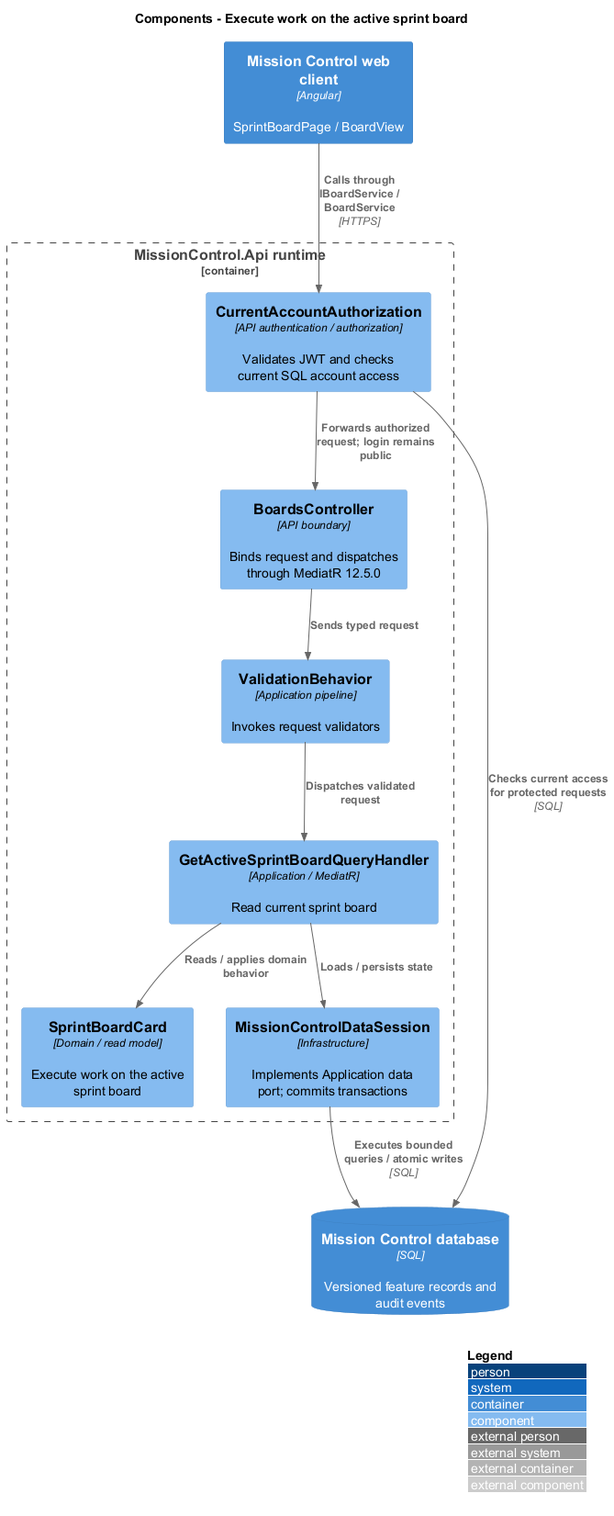
Before: docs/detailed-designs/scrum/execute-sprint-work/diagrams/c4-component.png, a diagram exported from PlantUML (QuinntyneBrown/mission-control). Source of this version:
```plantuml
@startuml
!include <C4/C4_Component>
LAYOUT_WITH_LEGEND()
title Components - Execute work on the active sprint board
Container(web, "Mission Control web client", "Angular", "SprintBoardPage / BoardView")
ContainerDb(db, "Mission Control database", "SQL", "Versioned feature records and audit events")
Container_Boundary(api, "MissionControl.Api runtime") {
  Component(ctrl, "BoardsController", "API boundary", "Binds request and dispatches through MediatR 12.5.0")
  Component(access, "CurrentAccountAuthorization", "API authentication / authorization", "Validates JWT and checks current SQL account access")
  Component(validation, "ValidationBehavior", "Application pipeline", "Invokes request validators")
  Component(entity, "SprintBoardCard", "Domain / read model", "Execute work on the active sprint board")
  Component(store, "MissionControlDataSession", "Infrastructure", "Implements Application data port; commits transactions")
Rel(web, access, "Calls through IBoardService / BoardService", "HTTPS")
Rel(access, db, "Checks current access for protected requests", "SQL")
Rel(access, ctrl, "Forwards authorized request; login remains public")
Rel(ctrl, validation, "Sends typed request")
Component(h0, "GetActiveSprintBoardQueryHandler", "Application / MediatR", "Read current sprint board")
Rel(validation, h0, "Dispatches validated request")
Rel(h0, entity, "Reads / applies domain behavior")
Rel(h0, store, "Loads / persists state")
}
Rel(store, db, "Executes bounded queries / atomic writes", "SQL")
@enduml
```
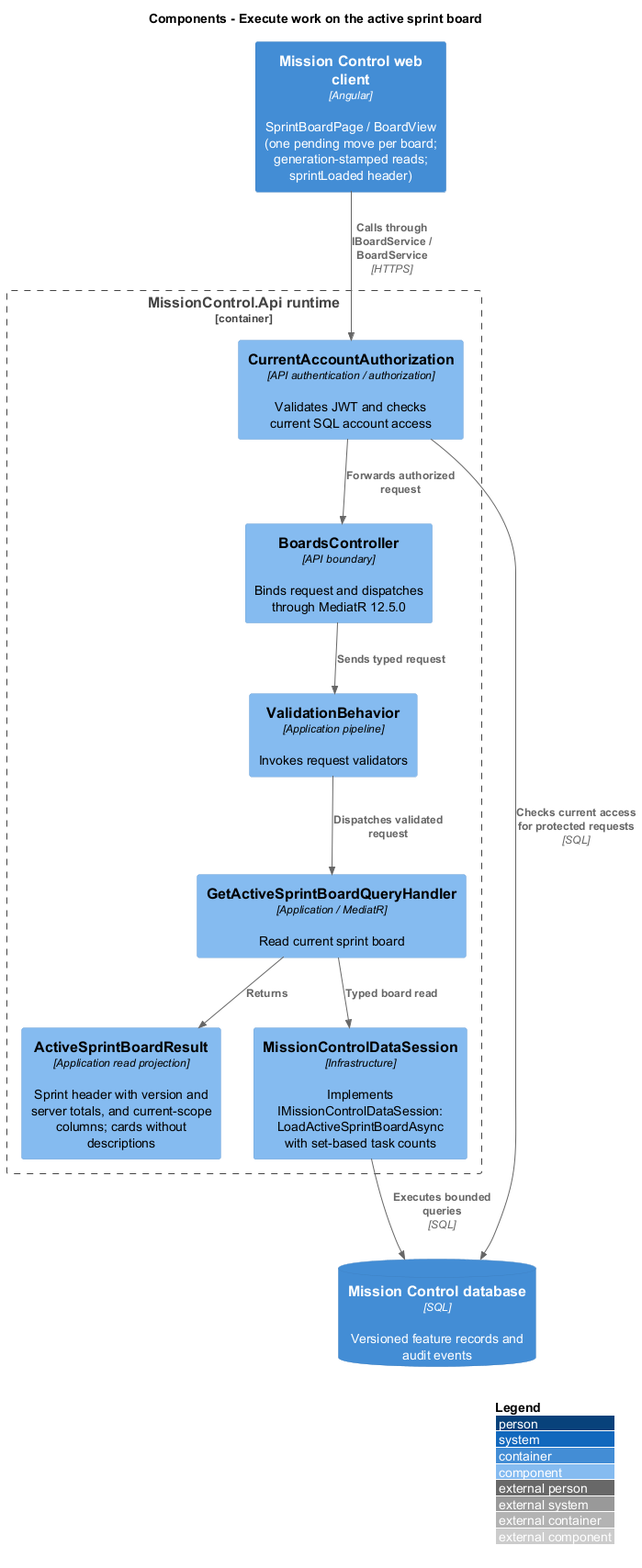
Above is the later version.

Change to the diagram source:
```diff
@@ -2,22 +2,22 @@
 !include <C4/C4_Component>
 LAYOUT_WITH_LEGEND()
 title Components - Execute work on the active sprint board
-Container(web, "Mission Control web client", "Angular", "SprintBoardPage / BoardView")
+Container(web, "Mission Control web client", "Angular", "SprintBoardPage / BoardView (one pending move per board; generation-stamped reads; sprintLoaded header)")
 ContainerDb(db, "Mission Control database", "SQL", "Versioned feature records and audit events")
 Container_Boundary(api, "MissionControl.Api runtime") {
   Component(ctrl, "BoardsController", "API boundary", "Binds request and dispatches through MediatR 12.5.0")
   Component(access, "CurrentAccountAuthorization", "API authentication / authorization", "Validates JWT and checks current SQL account access")
   Component(validation, "ValidationBehavior", "Application pipeline", "Invokes request validators")
-  Component(entity, "SprintBoardCard", "Domain / read model", "Execute work on the active sprint board")
-  Component(store, "MissionControlDataSession", "Infrastructure", "Implements Application data port; commits transactions")
+  Component(entity, "ActiveSprintBoardResult", "Application read projection", "Sprint header with version and server totals, and current-scope columns; cards without descriptions")
+  Component(store, "MissionControlDataSession", "Infrastructure", "Implements IMissionControlDataSession: LoadActiveSprintBoardAsync with set-based task counts")
 Rel(web, access, "Calls through IBoardService / BoardService", "HTTPS")
 Rel(access, db, "Checks current access for protected requests", "SQL")
-Rel(access, ctrl, "Forwards authorized request; login remains public")
+Rel(access, ctrl, "Forwards authorized request")
 Rel(ctrl, validation, "Sends typed request")
 Component(h0, "GetActiveSprintBoardQueryHandler", "Application / MediatR", "Read current sprint board")
 Rel(validation, h0, "Dispatches validated request")
-Rel(h0, entity, "Reads / applies domain behavior")
-Rel(h0, store, "Loads / persists state")
+Rel(h0, entity, "Returns")
+Rel(h0, store, "Typed board read")
 }
-Rel(store, db, "Executes bounded queries / atomic writes", "SQL")
+Rel(store, db, "Executes bounded queries", "SQL")
 @enduml
```
